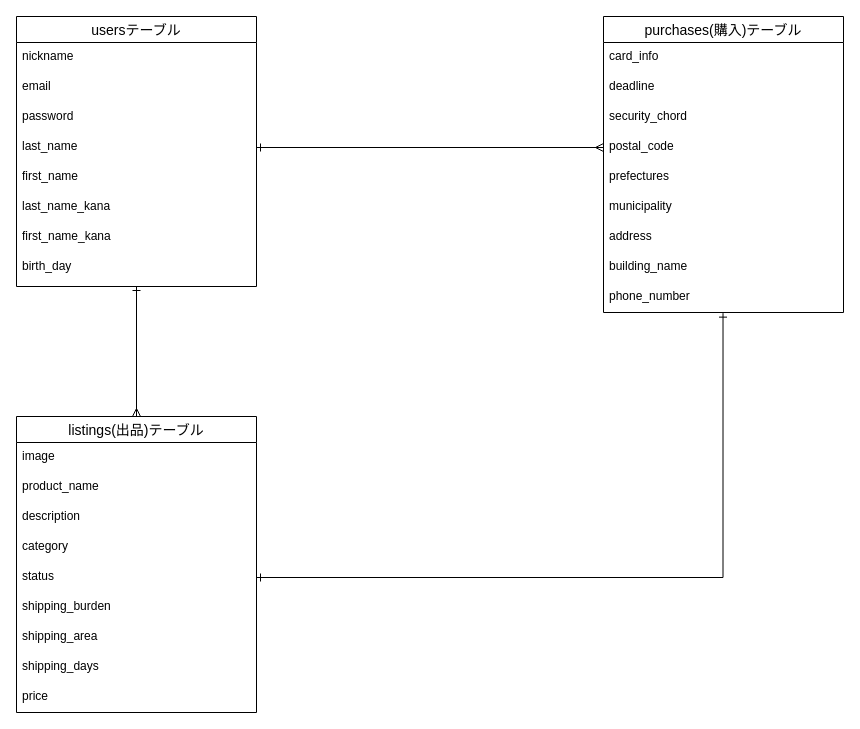
Before: test.dio in keijiMatsuo/furima-35080, a draw.io diagram. Source tidied: cells renumbered, new cells numbered last; positions are measured from the earlier drawing's top-left corner, leaving out a move shared by most shapes. Both pictures are drawn from the tidied source at 100%, with x=0, y=0 at pixel (16, 16).
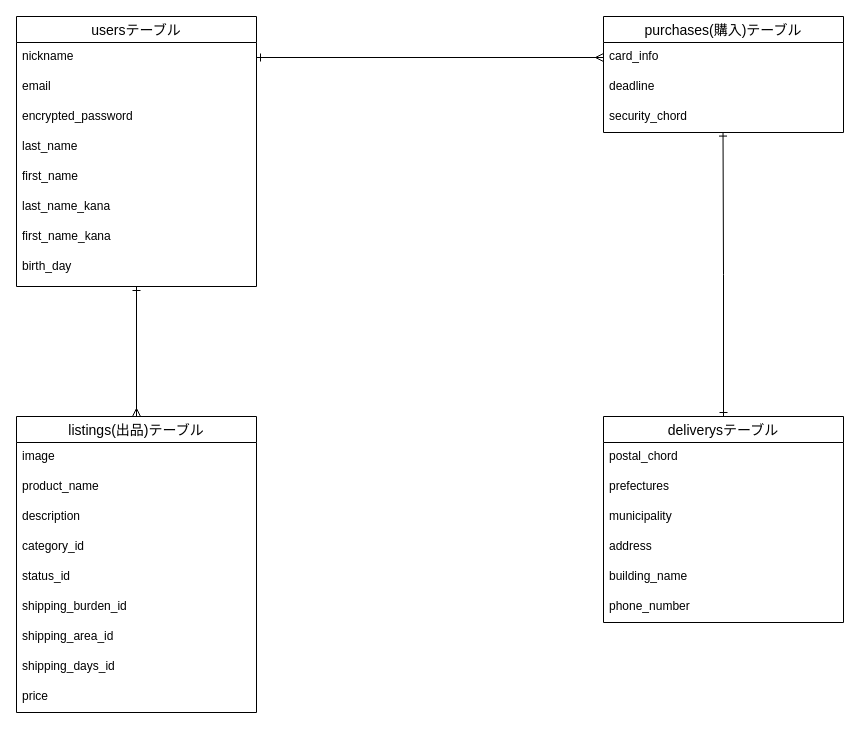
After the change.

Commit message (it also covers changes not shown here):
purchasesテーブル修正

Unchanged cells that the change refers to:
```xml
<mxCell id="3" value="usersテーブル" style="swimlane;fontStyle=0;horizontal=1;startSize=26;align=center;fontSize=14;rounded=0;fillColor=none;" parent="1" vertex="1">
  <mxGeometry width="240" height="270" as="geometry" />
</mxCell>
<mxCell id="12" value="listings(出品)テーブル" style="swimlane;fontStyle=0;horizontal=1;startSize=26;align=center;fontSize=14;rounded=0;fillColor=none;" parent="1" vertex="1">
  <mxGeometry y="400" width="240" height="296" as="geometry" />
</mxCell>
<mxCell id="23" value="card_info" style="text;strokeColor=none;fillColor=none;spacingLeft=4;spacingRight=4;overflow=hidden;points=[[0,0.5],[1,0.5]];portConstraint=eastwest;fontSize=12;" parent="22" vertex="1">
  <mxGeometry y="26" width="240" height="30" as="geometry" />
</mxCell>
<mxCell id="25" value="security_chord" style="text;strokeColor=none;fillColor=none;spacingLeft=4;spacingRight=4;overflow=hidden;points=[[0,0.5],[1,0.5]];portConstraint=eastwest;fontSize=12;" parent="22" vertex="1">
  <mxGeometry y="86" width="240" height="30" as="geometry" />
</mxCell>
```

Diff of the diagram source:
```diff
@@
-    <mxCell id="4" value="nickname&#10;" style="text;strokeColor=none;fillColor=none;spacingLeft=4;spacingRight=4;overflow=hidden;points=[[0,0.5],[1,0.5]];portConstraint=eastwest;fontSize=12;" parent="3" vertex="1">
+    <mxCell id="4" value="nickname" style="text;strokeColor=none;fillColor=none;spacingLeft=4;spacingRight=4;overflow=hidden;points=[[0,0.5],[1,0.5]];portConstraint=eastwest;fontSize=12;" parent="3" vertex="1">
       <mxGeometry y="26" width="240" height="30" as="geometry" />
     </mxCell>
@@
-    <mxCell id="6" value="password&#10;" style="text;strokeColor=none;fillColor=none;spacingLeft=4;spacingRight=4;overflow=hidden;fontSize=12;" parent="3" vertex="1">
+    <mxCell id="6" value="encrypted_password" style="text;strokeColor=none;fillColor=none;spacingLeft=4;spacingRight=4;overflow=hidden;fontSize=12;" parent="3" vertex="1">
       <mxGeometry y="86" width="240" height="30" as="geometry" />
     </mxCell>
-    <mxCell id="7" value="last_name&#10;" style="text;strokeColor=none;fillColor=none;spacingLeft=4;spacingRight=4;overflow=hidden;points=[[0,0.5],[1,0.5]];portConstraint=eastwest;fontSize=12;" parent="3" vertex="1">
+    <mxCell id="7" value="last_name" style="text;strokeColor=none;fillColor=none;spacingLeft=4;spacingRight=4;overflow=hidden;points=[[0,0.5],[1,0.5]];portConstraint=eastwest;fontSize=12;" parent="3" vertex="1">
       <mxGeometry y="116" width="240" height="30" as="geometry" />
     </mxCell>
-    <mxCell id="8" value="first_name&#10;" style="text;strokeColor=none;fillColor=none;spacingLeft=4;spacingRight=4;overflow=hidden;fontSize=12;" parent="3" vertex="1">
+    <mxCell id="8" value="first_name" style="text;strokeColor=none;fillColor=none;spacingLeft=4;spacingRight=4;overflow=hidden;fontSize=12;" parent="3" vertex="1">
       <mxGeometry y="146" width="240" height="30" as="geometry" />
     </mxCell>
-    <mxCell id="9" value="last_name_kana&#10;" style="text;strokeColor=none;fillColor=none;spacingLeft=4;spacingRight=4;overflow=hidden;fontSize=12;" parent="3" vertex="1">
+    <mxCell id="9" value="last_name_kana" style="text;strokeColor=none;fillColor=none;spacingLeft=4;spacingRight=4;overflow=hidden;fontSize=12;" parent="3" vertex="1">
       <mxGeometry y="176" width="240" height="30" as="geometry" />
     </mxCell>
@@
-    <mxCell id="16" value="category" style="text;strokeColor=none;fillColor=none;spacingLeft=4;spacingRight=4;overflow=hidden;fontSize=12;" parent="12" vertex="1">
+    <mxCell id="16" value="category_id" style="text;strokeColor=none;fillColor=none;spacingLeft=4;spacingRight=4;overflow=hidden;fontSize=12;" parent="12" vertex="1">
       <mxGeometry y="116" width="240" height="30" as="geometry" />
     </mxCell>
-    <mxCell id="17" value="status" style="text;strokeColor=none;fillColor=none;spacingLeft=4;spacingRight=4;overflow=hidden;points=[[0,0.5],[1,0.5]];portConstraint=eastwest;fontSize=12;" parent="12" vertex="1">
+    <mxCell id="17" value="status_id" style="text;strokeColor=none;fillColor=none;spacingLeft=4;spacingRight=4;overflow=hidden;points=[[0,0.5],[1,0.5]];portConstraint=eastwest;fontSize=12;" parent="12" vertex="1">
       <mxGeometry y="146" width="240" height="30" as="geometry" />
     </mxCell>
-    <mxCell id="18" value="shipping_burden" style="text;strokeColor=none;fillColor=none;spacingLeft=4;spacingRight=4;overflow=hidden;fontSize=12;" parent="12" vertex="1">
+    <mxCell id="18" value="shipping_burden_id" style="text;strokeColor=none;fillColor=none;spacingLeft=4;spacingRight=4;overflow=hidden;fontSize=12;" parent="12" vertex="1">
       <mxGeometry y="176" width="240" height="30" as="geometry" />
     </mxCell>
-    <mxCell id="19" value="shipping_area" style="text;strokeColor=none;fillColor=none;spacingLeft=4;spacingRight=4;overflow=hidden;fontSize=12;" parent="12" vertex="1">
+    <mxCell id="19" value="shipping_area_id" style="text;strokeColor=none;fillColor=none;spacingLeft=4;spacingRight=4;overflow=hidden;fontSize=12;" parent="12" vertex="1">
       <mxGeometry y="206" width="240" height="30" as="geometry" />
     </mxCell>
-    <mxCell id="20" value="shipping_days" style="text;strokeColor=none;fillColor=none;spacingLeft=4;spacingRight=4;overflow=hidden;fontSize=12;" parent="12" vertex="1">
+    <mxCell id="20" value="shipping_days_id" style="text;strokeColor=none;fillColor=none;spacingLeft=4;spacingRight=4;overflow=hidden;fontSize=12;" parent="12" vertex="1">
       <mxGeometry y="236" width="240" height="30" as="geometry" />
     </mxCell>
@@
     <mxCell id="22" value="purchases(購入)テーブル" style="swimlane;fontStyle=0;horizontal=1;startSize=26;align=center;fontSize=14;rounded=0;fillColor=none;" parent="1" vertex="1">
-      <mxGeometry x="587" width="240" height="296" as="geometry" />
+      <mxGeometry x="587" width="240" height="116" as="geometry" />
     </mxCell>
@@
-    <mxCell id="26" value="postal_code" style="text;strokeColor=none;fillColor=none;spacingLeft=4;spacingRight=4;overflow=hidden;points=[[0,0.5],[1,0.5]];portConstraint=eastwest;fontSize=12;" parent="22" vertex="1">
-      <mxGeometry y="116" width="240" height="30" as="geometry" />
-    </mxCell>
+    <mxCell id="34" style="edgeStyle=orthogonalEdgeStyle;rounded=0;jettySize=auto;html=1;entryX=0.498;entryY=0.986;entryDx=0;entryDy=0;entryPerimeter=0;startArrow=ERone;startFill=0;endArrow=ERone;endFill=0;" parent="1" edge="1" source="33" target="25">
+      <mxGeometry relative="1" as="geometry" />
+    </mxCell>
+    <mxCell id="33" value="deliverysテーブル" style="swimlane;fontStyle=0;horizontal=1;startSize=26;align=center;fontSize=14;" parent="1" vertex="1">
+      <mxGeometry x="587" y="400" width="240" height="206" as="geometry" />
+    </mxCell>
+    <mxCell id="35" value="postal_chord" style="text;strokeColor=none;fillColor=none;spacingLeft=4;spacingRight=4;overflow=hidden;fontSize=12;" parent="33" vertex="1">
+      <mxGeometry y="26" width="240" height="30" as="geometry" />
+    </mxCell>
-    <mxCell id="27" value="prefectures" style="text;strokeColor=none;fillColor=none;spacingLeft=4;spacingRight=4;overflow=hidden;fontSize=12;" parent="22" vertex="1">
-      <mxGeometry y="146" width="240" height="30" as="geometry" />
+    <mxCell id="27" value="prefectures" style="text;strokeColor=none;fillColor=none;spacingLeft=4;spacingRight=4;overflow=hidden;fontSize=12;" parent="33" vertex="1">
+      <mxGeometry y="56" width="240" height="30" as="geometry" />
     </mxCell>
-    <mxCell id="28" value="municipality" style="text;strokeColor=none;fillColor=none;spacingLeft=4;spacingRight=4;overflow=hidden;fontSize=12;" parent="22" vertex="1">
-      <mxGeometry y="176" width="240" height="30" as="geometry" />
+    <mxCell id="28" value="municipality" style="text;strokeColor=none;fillColor=none;spacingLeft=4;spacingRight=4;overflow=hidden;fontSize=12;" parent="33" vertex="1">
+      <mxGeometry y="86" width="240" height="30" as="geometry" />
     </mxCell>
-    <mxCell id="29" value="address" style="text;strokeColor=none;fillColor=none;spacingLeft=4;spacingRight=4;overflow=hidden;fontSize=12;" parent="22" vertex="1">
-      <mxGeometry y="206" width="240" height="30" as="geometry" />
+    <mxCell id="29" value="address" style="text;strokeColor=none;fillColor=none;spacingLeft=4;spacingRight=4;overflow=hidden;fontSize=12;" parent="33" vertex="1">
+      <mxGeometry y="116" width="240" height="30" as="geometry" />
     </mxCell>
-    <mxCell id="30" value="building_name" style="text;strokeColor=none;fillColor=none;spacingLeft=4;spacingRight=4;overflow=hidden;fontSize=12;" parent="22" vertex="1">
-      <mxGeometry y="236" width="240" height="30" as="geometry" />
+    <mxCell id="30" value="building_name" style="text;strokeColor=none;fillColor=none;spacingLeft=4;spacingRight=4;overflow=hidden;fontSize=12;" parent="33" vertex="1">
+      <mxGeometry y="146" width="240" height="30" as="geometry" />
     </mxCell>
-    <mxCell id="31" value="phone_number" style="text;strokeColor=none;fillColor=none;spacingLeft=4;spacingRight=4;overflow=hidden;points=[[0,0.5],[1,0.5]];portConstraint=eastwest;fontSize=12;" parent="22" vertex="1">
-      <mxGeometry y="266" width="240" height="30" as="geometry" />
+    <mxCell id="31" value="phone_number" style="text;strokeColor=none;fillColor=none;spacingLeft=4;spacingRight=4;overflow=hidden;points=[[0,0.5],[1,0.5]];portConstraint=eastwest;fontSize=12;" parent="33" vertex="1">
+      <mxGeometry y="176" width="240" height="30" as="geometry" />
     </mxCell>
-    <mxCell id="32" style="edgeStyle=orthogonalEdgeStyle;rounded=0;jettySize=auto;html=1;entryX=0;entryY=0.5;entryDx=0;entryDy=0;startArrow=ERone;startFill=0;endArrow=ERmany;endFill=0;" parent="1" edge="1" source="7" target="26">
-      <mxGeometry relative="1" as="geometry" />
-    </mxCell>
-    <mxCell id="33" style="edgeStyle=orthogonalEdgeStyle;rounded=0;jettySize=auto;html=1;entryX=0.498;entryY=1.021;entryDx=0;entryDy=0;entryPerimeter=0;startArrow=ERone;startFill=0;endArrow=ERone;endFill=0;" parent="1" edge="1" source="17" target="31">
-      <mxGeometry relative="1" as="geometry" />
-    </mxCell>
+    <mxCell id="36" style="edgeStyle=orthogonalEdgeStyle;rounded=0;jettySize=auto;html=1;entryX=0;entryY=0.5;entryDx=0;entryDy=0;startArrow=ERone;startFill=0;endArrow=ERmany;endFill=0;" parent="1" edge="1" source="4" target="23">
+      <mxGeometry relative="1" as="geometry" />
+    </mxCell>
```
